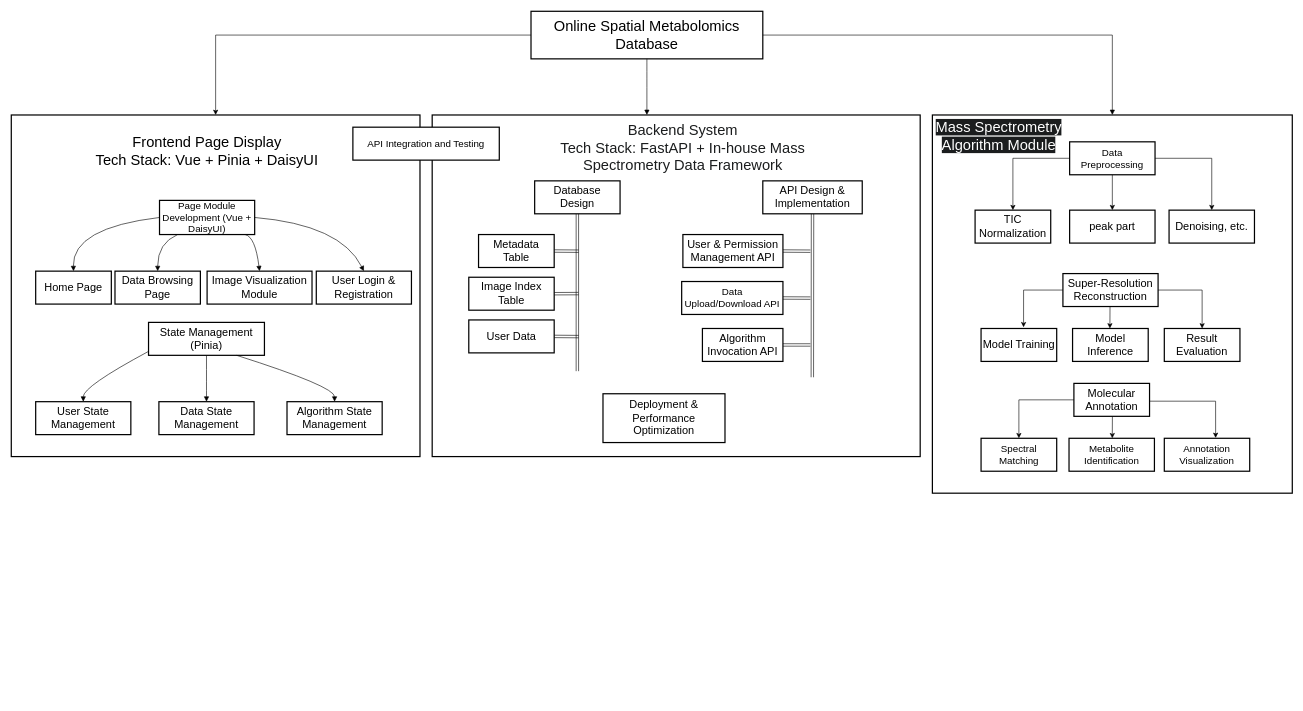
This is MSI_Online.drawio from NeoNexusX/draw.io, a draw.io file, before an edit. Source tidied: cells renumbered, new cells numbered last; positions are measured from the earlier drawing's top-left corner, leaving out a move shared by most shapes. Both pictures are drawn from the tidied source at 61%, with x=0, y=0 at pixel (11, 11).
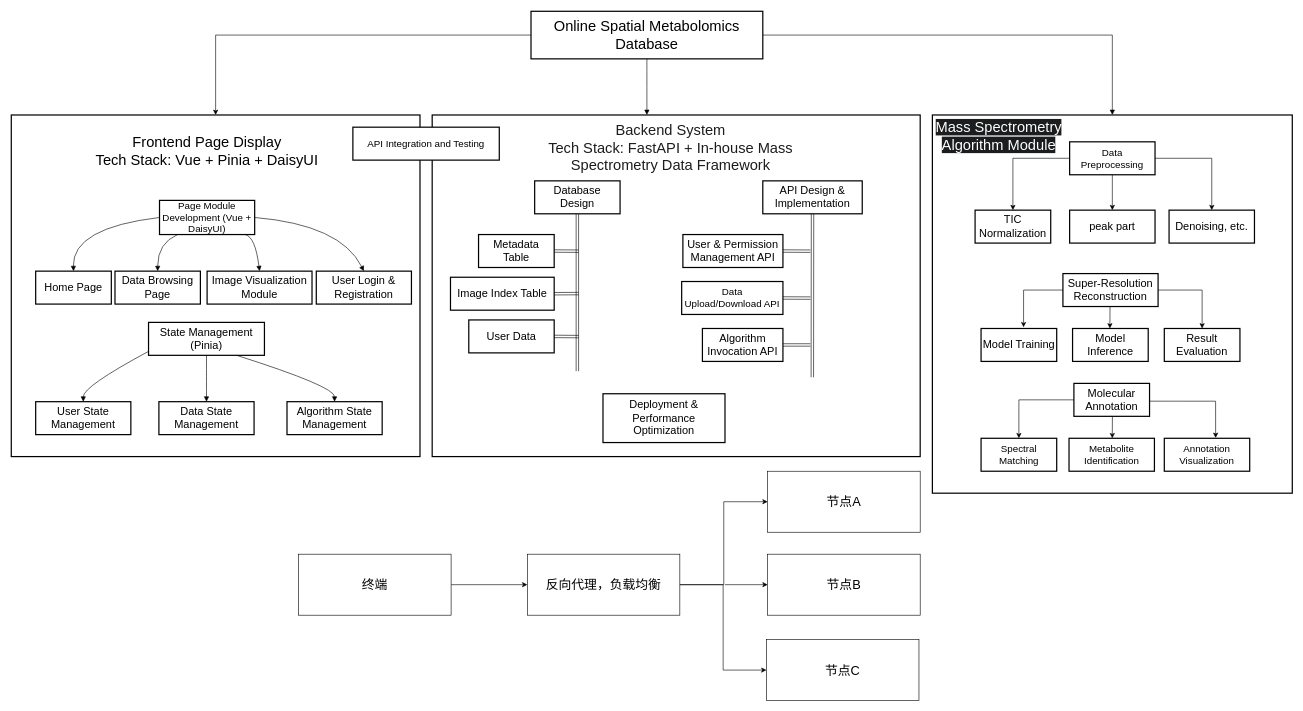
The same page after the edit.

Change to the diagram source:
```diff
@@
     <mxCell id="23" value="Image Index Table" style="whiteSpace=wrap;strokeWidth=2;fontSize=18;" parent="1" vertex="1">
-      <mxGeometry x="750" y="436" width="140" height="54" as="geometry" />
+      <mxGeometry x="720" y="436" width="170" height="54" as="geometry" />
     </mxCell>
@@
     <mxCell id="58" value="&lt;font style=&quot;font-size: 24px;&quot;&gt;&lt;span style=&quot;font-family: Helvetica; font-style: normal; font-variant-ligatures: normal; font-variant-caps: normal; font-weight: 400; letter-spacing: normal; orphans: 2; text-indent: 0px; text-transform: none; widows: 2; word-spacing: 0px; -webkit-text-stroke-width: 0px; white-space: normal; text-decoration-thickness: initial; text-decoration-style: initial; text-decoration-color: initial; float: none; display: inline !important;&quot;&gt;Backend System&lt;/span&gt;&lt;br style=&quot;forced-color-adjust: none; padding: 0px; margin: 0px; font-family: Helvetica; font-style: normal; font-variant-ligatures: normal; font-variant-caps: normal; font-weight: 400; letter-spacing: normal; orphans: 2; text-indent: 0px; text-transform: none; widows: 2; word-spacing: 0px; -webkit-text-stroke-width: 0px; white-space: normal; text-decoration-thickness: initial; text-decoration-style: initial; text-decoration-color: initial; box-shadow: none !important;&quot;&gt;&lt;span style=&quot;font-family: Helvetica; font-style: normal; font-variant-ligatures: normal; font-variant-caps: normal; font-weight: 400; letter-spacing: normal; orphans: 2; text-indent: 0px; text-transform: none; widows: 2; word-spacing: 0px; -webkit-text-stroke-width: 0px; white-space: normal; text-decoration-thickness: initial; text-decoration-style: initial; text-decoration-color: initial; float: none; display: inline !important;&quot;&gt;Tech Stack: FastAPI + In-house Mass Spectrometry Data Framework&lt;/span&gt;&lt;/font&gt;" style="text;whiteSpace=wrap;html=1;align=center;fontColor=light-dark(#1B1D1E,#FFFFFF);labelBackgroundColor=default;" parent="1" vertex="1">
-      <mxGeometry x="890" y="174" width="422" height="70" as="geometry" />
+      <mxGeometry x="870" y="174" width="422" height="70" as="geometry" />
     </mxCell>
@@
     <mxCell id="60" value="&lt;span style=&quot;font-family: Helvetica; font-style: normal; font-variant-ligatures: normal; font-variant-caps: normal; font-weight: 400; letter-spacing: normal; orphans: 2; text-indent: 0px; text-transform: none; widows: 2; word-spacing: 0px; -webkit-text-stroke-width: 0px; white-space: normal; text-decoration-thickness: initial; text-decoration-style: initial; text-decoration-color: initial; float: none; background-color: light-dark(rgb(27, 29, 30), rgb(0, 0, 0)); display: inline !important;&quot;&gt;&lt;font style=&quot;color: light-dark(rgb(255, 255, 255), rgb(255, 255, 255));&quot;&gt;Mass Spectrometry Algorithm Module&lt;/font&gt;&lt;/span&gt;" style="text;whiteSpace=wrap;html=1;align=center;fontSize=24;" parent="1" vertex="1">
-      <mxGeometry x="1514" y="170" width="210" height="66" as="geometry" />
+      <mxGeometry x="1507.8" y="170" width="222.2" height="66" as="geometry" />
     </mxCell>
@@
+    <mxCell id="67" style="edgeStyle=orthogonalEdgeStyle;rounded=0;jettySize=auto;html=1;exitX=1;exitY=0.5;exitDx=0;exitDy=0;entryX=0;entryY=0.5;entryDx=0;entryDy=0;" parent="1" edge="1" source="68" target="71">
+      <mxGeometry relative="1" as="geometry" />
+    </mxCell>
+    <mxCell id="68" value="&lt;font style=&quot;font-size: 21px;&quot;&gt;反向代理，负载均衡&lt;/font&gt;" style="rounded=0;whiteSpace=wrap;html=1;" parent="1" vertex="1">
+      <mxGeometry x="846" y="890" width="250" height="100" as="geometry" />
+    </mxCell>
+    <mxCell id="69" style="edgeStyle=orthogonalEdgeStyle;rounded=0;jettySize=auto;html=1;exitX=1;exitY=0.5;exitDx=0;exitDy=0;entryX=0;entryY=0.5;entryDx=0;entryDy=0;" parent="1" edge="1" source="70" target="68">
+      <mxGeometry relative="1" as="geometry" />
+    </mxCell>
+    <mxCell id="70" value="&lt;font style=&quot;font-size: 21px;&quot;&gt;终端&lt;/font&gt;" style="rounded=0;whiteSpace=wrap;html=1;" parent="1" vertex="1">
+      <mxGeometry x="471" y="890" width="250" height="100" as="geometry" />
+    </mxCell>
+    <mxCell id="71" value="&lt;font style=&quot;font-size: 21px;&quot;&gt;节点A&lt;/font&gt;" style="rounded=0;whiteSpace=wrap;html=1;" parent="1" vertex="1">
+      <mxGeometry x="1240" y="754" width="250" height="100" as="geometry" />
+    </mxCell>
+    <mxCell id="72" value="&lt;span style=&quot;font-size: 21px;&quot;&gt;节点B&lt;/span&gt;" style="rounded=0;whiteSpace=wrap;html=1;" parent="1" vertex="1">
+      <mxGeometry x="1240" y="890" width="250" height="100" as="geometry" />
+    </mxCell>
+    <mxCell id="73" value="&lt;span style=&quot;font-size: 21px;&quot;&gt;节点C&lt;/span&gt;" style="rounded=0;whiteSpace=wrap;html=1;" parent="1" vertex="1">
+      <mxGeometry x="1238" y="1030" width="250" height="100" as="geometry" />
+    </mxCell>
+    <mxCell id="74" style="edgeStyle=orthogonalEdgeStyle;rounded=0;jettySize=auto;html=1;exitX=1;exitY=0.5;exitDx=0;exitDy=0;entryX=0;entryY=0.5;entryDx=0;entryDy=0;" parent="1" edge="1" source="68" target="73">
+      <mxGeometry relative="1" as="geometry" />
+    </mxCell>
+    <mxCell id="75" style="endArrow=classic;html=1;rounded=0;entryX=0;entryY=0.5;entryDx=0;entryDy=0;" parent="1" edge="1" target="72">
+      <mxGeometry relative="1" as="geometry">
+        <mxPoint x="1170" y="940" as="sourcePoint" />
+      </mxGeometry>
+    </mxCell>
```
